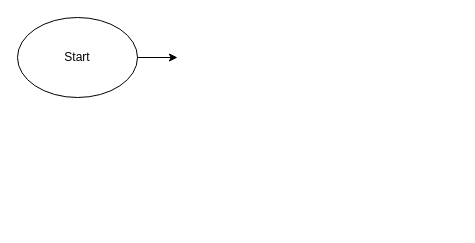
AKing982/BudgetBuddy keeps this draw.io diagram as src/main/Categorization Process.drawio. Above is the earlier version. Source tidied: cells renumbered, new cells numbered last; positions are measured from the earlier drawing's top-left corner, leaving out a move shared by most shapes. Both pictures are drawn from the tidied source at 100%, with x=0, y=0 at pixel (17, 17).
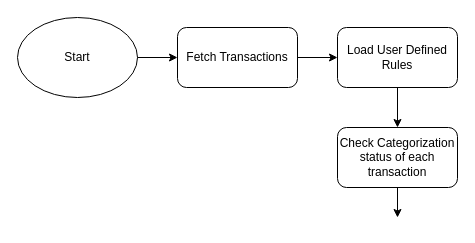
The same diagram, later.

What changed in the source:
```diff
@@
 <mxGraphModel>
   <root>
     <mxCell id="0" />
     <mxCell id="1" parent="0" />
     <mxCell id="2" value="Start" style="ellipse;whiteSpace=wrap;html=1;" parent="1" vertex="1">
       <mxGeometry width="120" height="80" as="geometry" />
     </mxCell>
     <mxCell id="3" style="endArrow=classic;html=1;rounded=0;exitX=1;exitY=0.5;exitDx=0;exitDy=0;" parent="1" edge="1" source="2">
       <mxGeometry relative="1" as="geometry">
         <mxPoint x="160" y="40" as="targetPoint" />
       </mxGeometry>
     </mxCell>
+    <mxCell id="4" value="Fetch Transactions" style="rounded=1;whiteSpace=wrap;html=1;" parent="1" vertex="1">
+      <mxGeometry x="160" y="10" width="120" height="60" as="geometry" />
+    </mxCell>
+    <mxCell id="5" style="endArrow=classic;html=1;rounded=0;exitX=1;exitY=0.5;exitDx=0;exitDy=0;" parent="1" edge="1" source="4">
+      <mxGeometry relative="1" as="geometry">
+        <mxPoint x="320" y="40" as="targetPoint" />
+      </mxGeometry>
+    </mxCell>
+    <mxCell id="6" value="Load User Defined Rules" style="rounded=1;whiteSpace=wrap;html=1;" parent="1" vertex="1">
+      <mxGeometry x="320" y="10" width="120" height="60" as="geometry" />
+    </mxCell>
+    <mxCell id="7" style="endArrow=classic;html=1;rounded=0;exitX=0.5;exitY=1;exitDx=0;exitDy=0;" parent="1" edge="1" source="6">
+      <mxGeometry relative="1" as="geometry">
+        <mxPoint x="380" y="110" as="targetPoint" />
+      </mxGeometry>
+    </mxCell>
+    <mxCell id="8" value="Check Categorization status of each transaction" style="rounded=1;whiteSpace=wrap;html=1;" parent="1" vertex="1">
+      <mxGeometry x="320" y="110" width="120" height="60" as="geometry" />
+    </mxCell>
+    <mxCell id="9" style="endArrow=classic;html=1;rounded=0;exitX=0.5;exitY=1;exitDx=0;exitDy=0;" parent="1" edge="1" source="8">
+      <mxGeometry relative="1" as="geometry">
+        <mxPoint x="380" y="200" as="targetPoint" />
+      </mxGeometry>
+    </mxCell>
   </root>
 </mxGraphModel>
```
